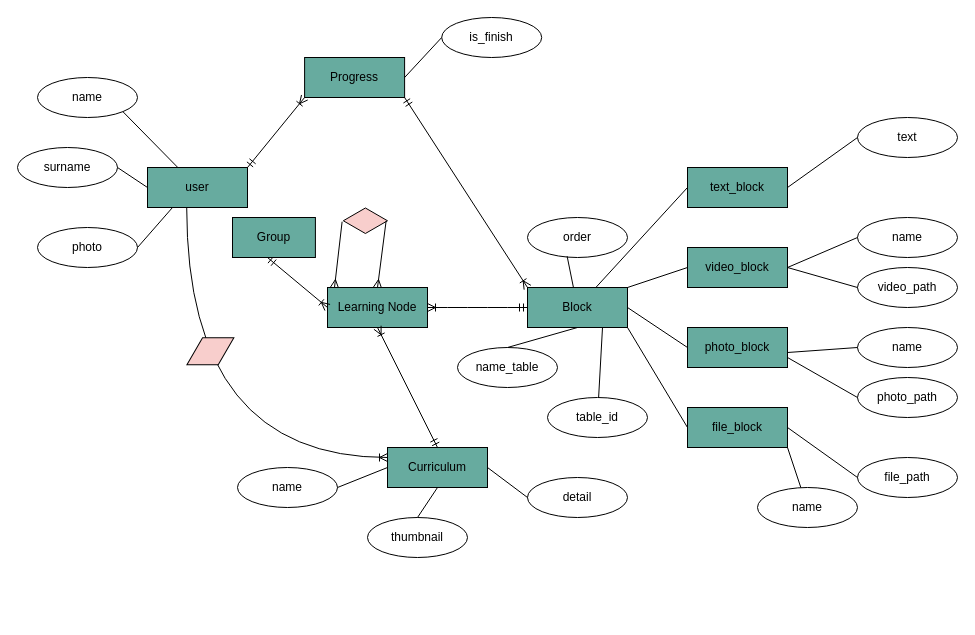
TendonT52/ProjectProgMath keeps this draw.io diagram as Untitled Diagram.drawio. Above is the earlier version. Source tidied: cells renumbered, new cells numbered last; positions are measured from the earlier drawing's top-left corner, leaving out a move shared by most shapes. Both pictures are drawn from the tidied source at 100%, with x=0, y=0 at pixel (17, 17).
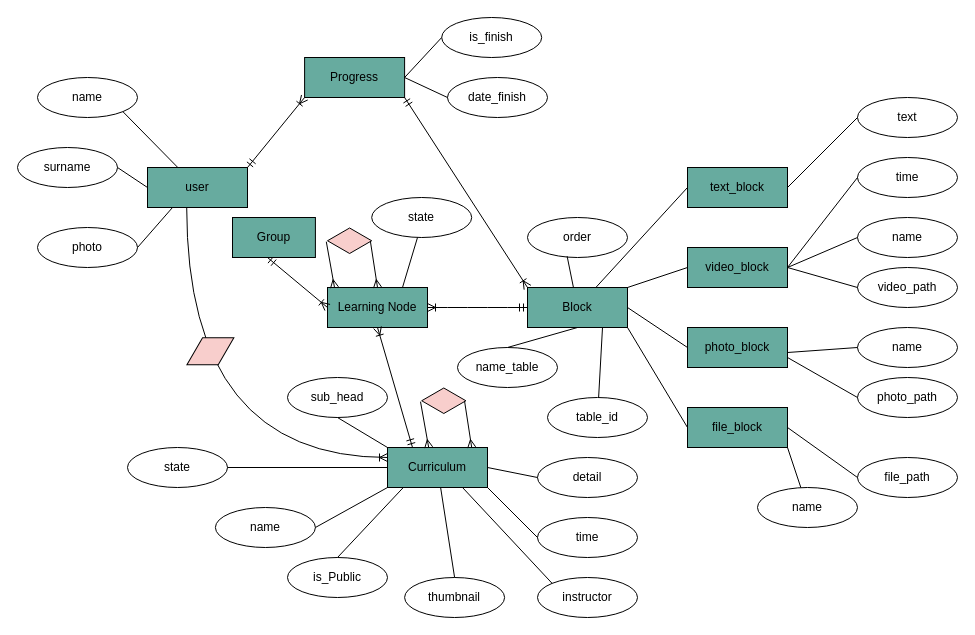
Above is the later version.

The change refers to these unchanged cells:
```xml
<mxCell id="3" value="Learning Node" style="whiteSpace=wrap;html=1;align=center;fillColor=#67AB9F;" parent="1" vertex="1">
  <mxGeometry x="310" y="270" width="100" height="40" as="geometry" />
</mxCell>
<mxCell id="5" value="Progress" style="whiteSpace=wrap;html=1;align=center;fillColor=#67AB9F;" parent="1" vertex="1">
  <mxGeometry x="287.1" y="40" width="100" height="40" as="geometry" />
</mxCell>
<mxCell id="6" value="Curriculum" style="whiteSpace=wrap;html=1;align=center;fillColor=#67AB9F;" parent="1" vertex="1">
  <mxGeometry x="370" y="430" width="100" height="40" as="geometry" />
</mxCell>
```

What changed in the source:
```diff
@@
     <mxCell id="11" value="text" style="ellipse;whiteSpace=wrap;html=1;align=center;" parent="1" vertex="1">
-      <mxGeometry x="840" y="100" width="100" height="40" as="geometry" />
+      <mxGeometry x="840" y="80" width="100" height="40" as="geometry" />
     </mxCell>
@@
     <mxCell id="17" value="name" style="ellipse;whiteSpace=wrap;html=1;align=center;" parent="1" vertex="1">
-      <mxGeometry x="220" y="450" width="100" height="40" as="geometry" />
+      <mxGeometry x="197.9" y="490" width="100" height="40" as="geometry" />
     </mxCell>
     <mxCell id="18" value="thumbnail" style="ellipse;whiteSpace=wrap;html=1;align=center;" parent="1" vertex="1">
-      <mxGeometry x="350" y="500" width="100" height="40" as="geometry" />
+      <mxGeometry x="387.1" y="560" width="100" height="40" as="geometry" />
     </mxCell>
     <mxCell id="19" value="detail" style="ellipse;whiteSpace=wrap;html=1;align=center;" parent="1" vertex="1">
-      <mxGeometry x="510" y="460" width="100" height="40" as="geometry" />
+      <mxGeometry x="520" y="440" width="100" height="40" as="geometry" />
     </mxCell>
@@
-    <mxCell id="34" style="endArrow=none;html=1;rounded=0;entryX=1;entryY=0.5;entryDx=0;entryDy=0;exitX=0;exitY=0.5;exitDx=0;exitDy=0;" parent="1" edge="1" source="6" target="17">
+    <mxCell id="34" style="endArrow=none;html=1;rounded=0;entryX=1;entryY=0.5;entryDx=0;entryDy=0;exitX=0;exitY=1;exitDx=0;exitDy=0;" parent="1" edge="1" source="6" target="17">
       <mxGeometry relative="1" as="geometry" />
     </mxCell>
-    <mxCell id="35" style="endArrow=none;html=1;rounded=0;entryX=0.5;entryY=0;entryDx=0;entryDy=0;exitX=0.5;exitY=1;exitDx=0;exitDy=0;" parent="1" edge="1" source="6" target="18">
-      <mxGeometry relative="1" as="geometry" />
-    </mxCell>
@@
     <mxCell id="40" style="html=1;whiteSpace=wrap;shape=isoRectangle;fillColor=#F8CECC;" parent="1" vertex="1">
-      <mxGeometry x="325.8" y="190" width="44.2" height="26.5" as="geometry" />
+      <mxGeometry x="310" y="210" width="44.2" height="26.5" as="geometry" />
     </mxCell>
@@
-    <mxCell id="56" style="fontSize=12;html=1;endArrow=ERoneToMany;startArrow=ERmandOne;entryX=0.5;entryY=1;entryDx=0;entryDy=0;exitX=0.5;exitY=0;exitDx=0;exitDy=0;" parent="1" edge="1" source="6" target="3">
+    <mxCell id="56" style="fontSize=12;html=1;endArrow=ERoneToMany;startArrow=ERmandOne;entryX=0.5;entryY=1;entryDx=0;entryDy=0;exitX=0.25;exitY=0;exitDx=0;exitDy=0;" parent="1" edge="1" source="6" target="3">
       <mxGeometry relative="1" as="geometry" />
     </mxCell>
@@
+    <mxCell id="61" value="date_finish" style="ellipse;whiteSpace=wrap;html=1;align=center;" parent="1" vertex="1">
+      <mxGeometry x="430" y="60" width="100" height="40" as="geometry" />
+    </mxCell>
+    <mxCell id="62" style="endArrow=none;html=1;rounded=0;entryX=0;entryY=0.5;entryDx=0;entryDy=0;exitX=1;exitY=0.5;exitDx=0;exitDy=0;" parent="1" edge="1" source="5" target="61">
+      <mxGeometry relative="1" as="geometry" />
+    </mxCell>
+    <mxCell id="63" value="state" style="ellipse;whiteSpace=wrap;html=1;align=center;" parent="1" vertex="1">
+      <mxGeometry x="354.2" y="180" width="100" height="40" as="geometry" />
+    </mxCell>
+    <mxCell id="64" style="endArrow=none;html=1;rounded=0;exitX=0.75;exitY=0;exitDx=0;exitDy=0;" parent="1" edge="1" source="3">
+      <mxGeometry relative="1" as="geometry">
+        <mxPoint x="400" y="220" as="targetPoint" />
+      </mxGeometry>
+    </mxCell>
+    <mxCell id="65" value="state" style="ellipse;whiteSpace=wrap;html=1;align=center;" parent="1" vertex="1">
+      <mxGeometry x="110" y="430" width="100" height="40" as="geometry" />
+    </mxCell>
+    <mxCell id="66" style="endArrow=none;html=1;rounded=0;entryX=1;entryY=0.5;entryDx=0;entryDy=0;" parent="1" edge="1" target="65">
+      <mxGeometry relative="1" as="geometry">
+        <mxPoint x="370" y="450" as="sourcePoint" />
+      </mxGeometry>
+    </mxCell>
+    <mxCell id="67" value="sub_head" style="ellipse;whiteSpace=wrap;html=1;align=center;" parent="1" vertex="1">
+      <mxGeometry x="270" y="360" width="100" height="40" as="geometry" />
+    </mxCell>
+    <mxCell id="68" value="is_Public" style="ellipse;whiteSpace=wrap;html=1;align=center;" parent="1" vertex="1">
+      <mxGeometry x="270" y="540" width="100" height="40" as="geometry" />
+    </mxCell>
+    <mxCell id="69" value="instructor" style="ellipse;whiteSpace=wrap;html=1;align=center;" parent="1" vertex="1">
+      <mxGeometry x="520" y="560" width="100" height="40" as="geometry" />
+    </mxCell>
+    <mxCell id="70" value="time" style="ellipse;whiteSpace=wrap;html=1;align=center;" parent="1" vertex="1">
+      <mxGeometry x="520" y="500" width="100" height="40" as="geometry" />
+    </mxCell>
+    <mxCell id="71" style="html=1;whiteSpace=wrap;shape=isoRectangle;fillColor=#F8CECC;" parent="1" vertex="1">
+      <mxGeometry x="404.2" y="370" width="44.2" height="26.5" as="geometry" />
+    </mxCell>
+    <mxCell id="72" style="fontSize=12;html=1;endArrow=ERmany;exitX=-0.027;exitY=0.536;exitDx=0;exitDy=0;exitPerimeter=0;" parent="1" edge="1" source="71">
+      <mxGeometry relative="1" as="geometry">
+        <mxPoint x="411.2" y="430" as="targetPoint" />
+      </mxGeometry>
+    </mxCell>
+    <mxCell id="73" style="fontSize=12;html=1;endArrow=ERmany;exitX=0.969;exitY=0.506;exitDx=0;exitDy=0;exitPerimeter=0;entryX=0.5;entryY=0;entryDx=0;entryDy=0;" parent="1" edge="1" source="71">
+      <mxGeometry relative="1" as="geometry">
+        <mxPoint x="454.2" y="430" as="targetPoint" />
+      </mxGeometry>
+    </mxCell>
+    <mxCell id="74" style="endArrow=none;html=1;rounded=0;entryX=0.5;entryY=0;entryDx=0;entryDy=0;exitX=0.16;exitY=0.995;exitDx=0;exitDy=0;exitPerimeter=0;" parent="1" edge="1" source="6" target="68">
+      <mxGeometry relative="1" as="geometry" />
+    </mxCell>
+    <mxCell id="35" style="endArrow=none;html=1;rounded=0;entryX=0.5;entryY=0;entryDx=0;entryDy=0;" parent="1" edge="1" source="6" target="18">
+      <mxGeometry relative="1" as="geometry" />
+    </mxCell>
+    <mxCell id="75" style="endArrow=none;html=1;rounded=0;entryX=0;entryY=0;entryDx=0;entryDy=0;exitX=0.75;exitY=1;exitDx=0;exitDy=0;" parent="1" edge="1" source="6" target="69">
+      <mxGeometry relative="1" as="geometry" />
+    </mxCell>
+    <mxCell id="76" style="endArrow=none;html=1;rounded=0;entryX=0;entryY=0.5;entryDx=0;entryDy=0;exitX=1;exitY=1;exitDx=0;exitDy=0;" parent="1" edge="1" source="6" target="70">
+      <mxGeometry relative="1" as="geometry" />
+    </mxCell>
+    <mxCell id="77" style="endArrow=none;html=1;rounded=0;entryX=0;entryY=0;entryDx=0;entryDy=0;" parent="1" edge="1" target="6">
+      <mxGeometry relative="1" as="geometry">
+        <mxPoint x="320" y="400" as="sourcePoint" />
+      </mxGeometry>
+    </mxCell>
+    <mxCell id="78" value="time" style="ellipse;whiteSpace=wrap;html=1;align=center;" parent="1" vertex="1">
+      <mxGeometry x="840" y="140" width="100" height="40" as="geometry" />
+    </mxCell>
+    <mxCell id="79" style="endArrow=none;html=1;rounded=0;entryX=0;entryY=0.5;entryDx=0;entryDy=0;" parent="1" edge="1" target="78">
+      <mxGeometry relative="1" as="geometry">
+        <mxPoint x="770" y="250" as="sourcePoint" />
+      </mxGeometry>
+    </mxCell>
```
